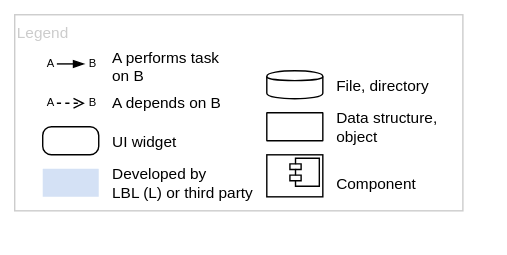
Before: specification/build/html/_images/linkage_architecture_legend.svg, a diagram exported from draw.io (lbl-srg/ctrl-flow). Source tidied: cells renumbered, new cells last; positions are measured from the earlier drawing's top-left corner, leaving out a move shared by most shapes.
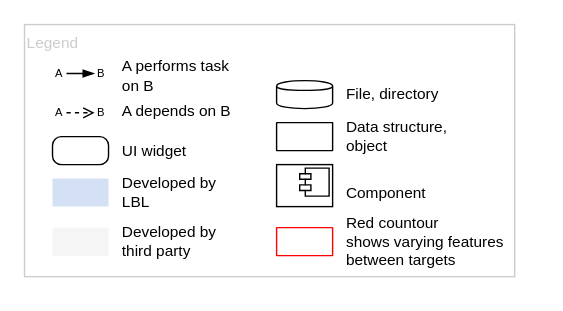
Later version of the same file.

The edit, as a diff of the source:
```diff
@@ -3,7 +3,7 @@
     <mxCell id="0" />
     <mxCell id="1" parent="0" />
     <mxCell id="2" value="Legend" style="rounded=0;whiteSpace=wrap;html=1;strokeColor=#CCCCCC;fillColor=none;fontSize=11;align=left;verticalAlign=top;fontColor=#CCCCCC;" parent="1" vertex="1">
-      <mxGeometry width="320" height="140" as="geometry" />
+      <mxGeometry width="350" height="180" as="geometry" />
     </mxCell>
     <mxCell id="3" style="rounded=1;whiteSpace=wrap;html=1;fillColor=#ffffff;fontSize=11;align=center;arcSize=31;" parent="1" vertex="1">
       <mxGeometry x="20" y="80" width="40" height="20" as="geometry" />
@@ -20,8 +20,8 @@
     <mxCell id="7" style="rounded=1;whiteSpace=wrap;html=1;fillColor=#D4E1F5;fontSize=11;align=center;strokeColor=none;arcSize=1;" parent="1" vertex="1">
       <mxGeometry x="20" y="110" width="40" height="20" as="geometry" />
     </mxCell>
-    <mxCell id="8" value="Developed by &lt;br&gt;LBL (L) or third party" style="text;html=1;align=left;verticalAlign=middle;spacingTop=0;fontSize=11;spacing=0;" parent="1" vertex="1">
-      <mxGeometry x="70" y="105" width="120" height="30" as="geometry" />
+    <mxCell id="8" value="Developed by &lt;br&gt;LBL" style="text;html=1;align=left;verticalAlign=middle;spacingTop=0;fontSize=11;spacing=0;" parent="1" vertex="1">
+      <mxGeometry x="70" y="105" width="80" height="30" as="geometry" />
     </mxCell>
     <mxCell id="9" style="html=1;verticalAlign=bottom;align=left;fontSize=11;" parent="1" vertex="1">
       <mxGeometry x="180" y="100" width="40" height="30" as="geometry" />
@@ -70,5 +70,17 @@
     <mxCell id="23" style="edgeStyle=elbowEdgeStyle;rounded=0;jettySize=auto;html=1;endArrow=blockThin;endFill=1;jumpStyle=gap;fontSize=11;elbow=vertical;labelPosition=right;verticalLabelPosition=middle;align=left;verticalAlign=middle;entryX=0;entryY=0.5;entryDx=0;entryDy=0;exitX=1;exitY=0.5;exitDx=0;exitDy=0;" parent="20" edge="1" source="21" target="22">
       <mxGeometry x="1" y="-10" relative="1" as="geometry" />
     </mxCell>
+    <mxCell id="24" style="rounded=1;whiteSpace=wrap;html=1;fillColor=#f5f5f5;fontSize=11;align=center;strokeColor=none;arcSize=1;fontColor=#333333;" parent="1" vertex="1">
+      <mxGeometry x="20" y="145" width="40" height="20" as="geometry" />
+    </mxCell>
+    <mxCell id="25" value="Developed by &lt;br&gt;third party" style="text;html=1;align=left;verticalAlign=middle;spacingTop=0;fontSize=11;spacing=0;" parent="1" vertex="1">
+      <mxGeometry x="70" y="140" width="80" height="30" as="geometry" />
+    </mxCell>
+    <mxCell id="26" style="rounded=1;whiteSpace=wrap;html=1;fillColor=#ffffff;fontSize=11;align=center;arcSize=1;strokeColor=#FF0000;" parent="1" vertex="1">
+      <mxGeometry x="180" y="145" width="40" height="20" as="geometry" />
+    </mxCell>
+    <mxCell id="27" value="Red countour &lt;br&gt;shows varying features&lt;br&gt;between targets" style="text;html=1;align=left;verticalAlign=middle;spacingTop=0;fontSize=11;spacing=0;" parent="1" vertex="1">
+      <mxGeometry x="230" y="135" width="130" height="40" as="geometry" />
+    </mxCell>
   </root>
 </mxGraphModel>
```
